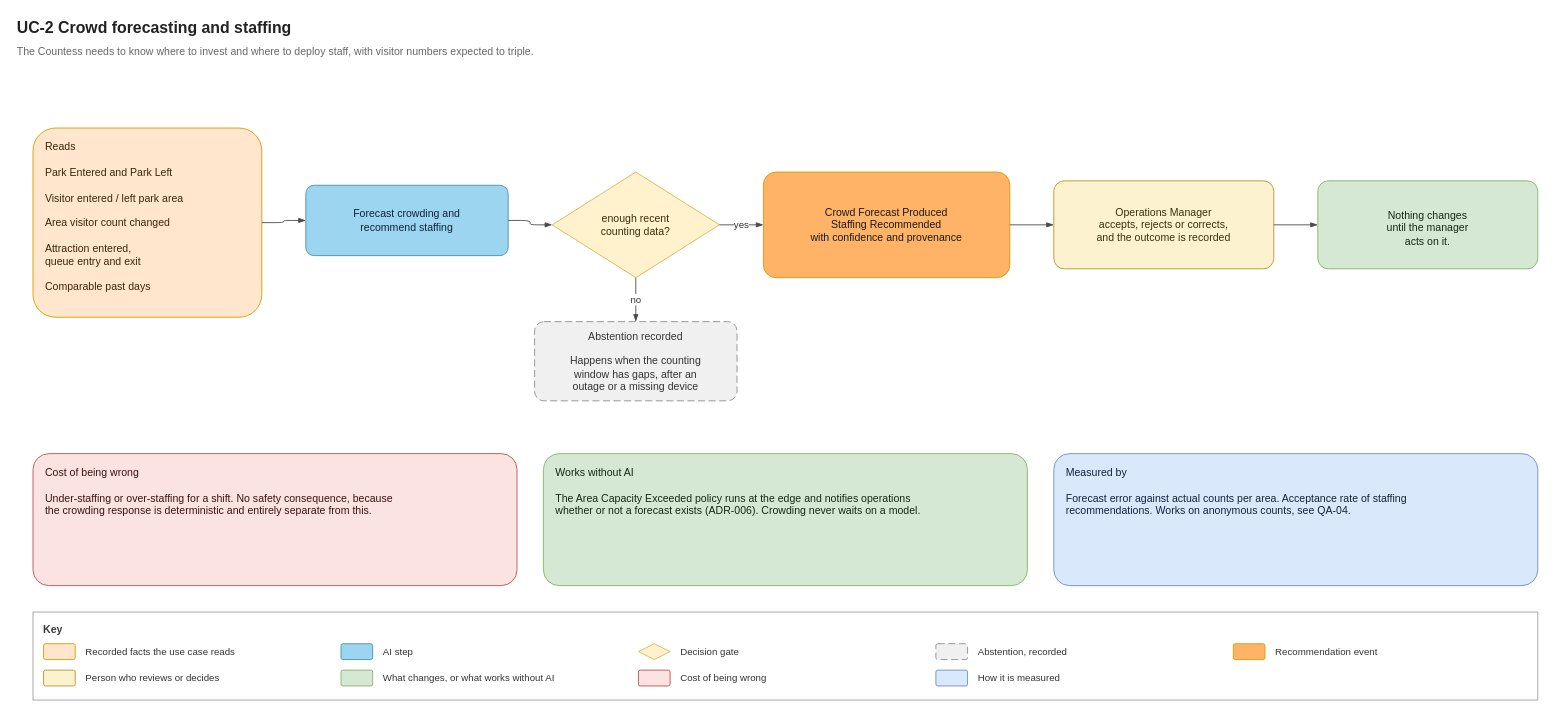
This is page "UC-2 Crowd forecast and staffing" (3 of 6) of diagrams/ai-decision-support.drawio from malloc37/ByteDojoArchiKata2026, a draw.io file, before an edit. Source tidied: cells renumbered, new cells numbered last; positions are measured from the earlier drawing's top-left corner, leaving out a move shared by most shapes. Both pictures are drawn from the tidied source at 88%, with x=0, y=0 at pixel (15, 15).
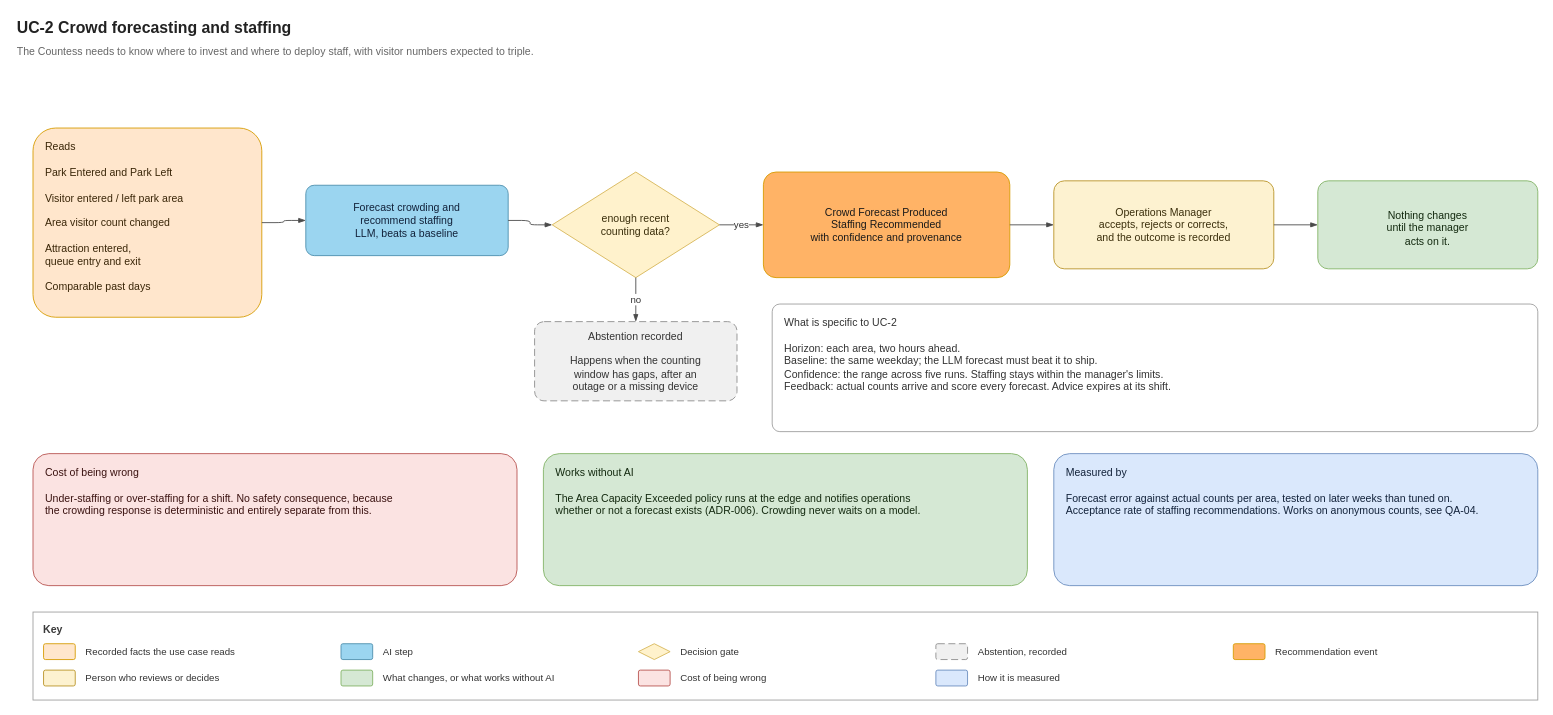
The same page after the edit.

Diff of the diagram source:
```diff
@@
-    <mxCell id="5" value="Forecast crowding and&#10;recommend staffing" style="rounded=1;whiteSpace=wrap;html=1;arcSize=12;fontSize=12;verticalAlign=middle;fillColor=#9BD5F0;strokeColor=#4D8FAD;fontColor=#12223A;" parent="1" vertex="1">
+    <mxCell id="5" value="Forecast crowding and&#10;recommend staffing&#10;LLM, beats a baseline" style="rounded=1;whiteSpace=wrap;html=1;arcSize=12;fontSize=12;verticalAlign=middle;fillColor=#9BD5F0;strokeColor=#4D8FAD;fontColor=#12223A;" parent="1" vertex="1">
       <mxGeometry x="330" y="193" width="230" height="80" as="geometry" />
     </mxCell>
@@
-    <mxCell id="19" value="Measured by&#10;&#10;Forecast error against actual counts per area. Acceptance rate of staffing&#10;recommendations. Works on anonymous counts, see QA-04." style="rounded=1;whiteSpace=wrap;html=1;arcSize=12;fontSize=12;verticalAlign=middle;fillColor=#DAE8FC;strokeColor=#6C8EBF;fontColor=#12223A;align=left;spacingLeft=12;verticalAlign=top;spacingTop=8;" parent="1" vertex="1">
+    <mxCell id="19" value="Measured by&#10;&#10;Forecast error against actual counts per area, tested on later weeks than tuned on.&#10;Acceptance rate of staffing recommendations. Works on anonymous counts, see QA-04." style="rounded=1;whiteSpace=wrap;html=1;arcSize=12;fontSize=12;verticalAlign=middle;fillColor=#DAE8FC;strokeColor=#6C8EBF;fontColor=#12223A;align=left;spacingLeft=12;verticalAlign=top;spacingTop=8;" parent="1" vertex="1">
       <mxGeometry x="1180" y="498" width="550" height="150" as="geometry" />
     </mxCell>
@@
+    <mxCell id="39" value="What is specific to UC-2&#10;&#10;Horizon: each area, two hours ahead.&#10;Baseline: the same weekday; the LLM forecast must beat it to ship.&#10;Confidence: the range across five runs. Staffing stays within the manager's limits.&#10;Feedback: actual counts arrive and score every forecast. Advice expires at its shift." style="rounded=1;whiteSpace=wrap;html=1;arcSize=6;fontSize=12;fillColor=#FFFFFF;strokeColor=#9E9E9E;fontColor=#333333;align=left;verticalAlign=top;spacingLeft=12;spacingTop=8;" parent="1" vertex="1">
+      <mxGeometry x="860" y="328" width="870" height="145" as="geometry" />
+    </mxCell>
```
